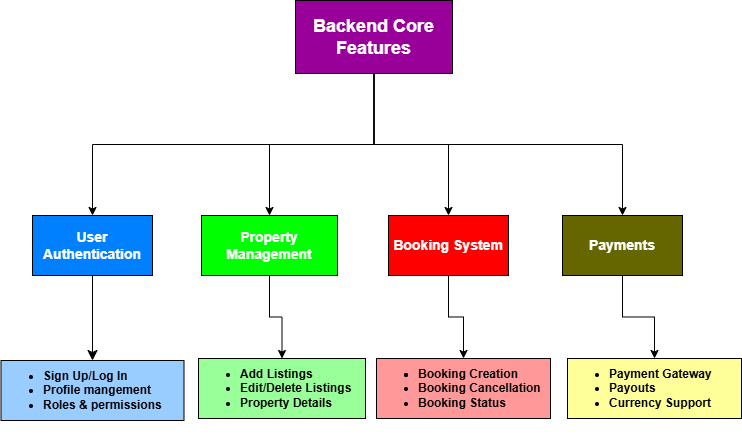
This is features-and-functionalities/Backend Features Architecture.png from jubriltayo/alx-airbnb-project-documentation, a draw.io export, as it was before one commit. Source tidied: cells renumbered, new cells last; positions are measured from the earlier drawing's top-left corner, leaving out a move shared by most shapes.
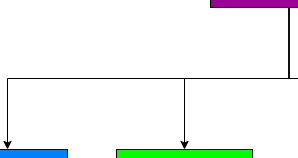
After the change.

Change to the diagram source:
```diff
@@ -2,40 +2,40 @@
   <root>
     <mxCell id="0" />
     <mxCell id="1" parent="0" />
-    <mxCell id="2" style="edgeStyle=orthogonalEdgeStyle;rounded=0;jettySize=auto;html=1;exitX=0.5;exitY=1;exitDx=0;exitDy=0;" parent="1" edge="1" source="6" target="8">
+    <mxCell id="2" style="edgeStyle=orthogonalEdgeStyle;rounded=0;jettySize=auto;html=1;exitX=0.5;exitY=1;exitDx=0;exitDy=0;fillColor=#33FFFF;" parent="1" edge="1" source="6" target="8">
       <mxGeometry relative="1" as="geometry" />
     </mxCell>
-    <mxCell id="3" style="edgeStyle=orthogonalEdgeStyle;rounded=0;jettySize=auto;html=1;exitX=0.5;exitY=1;exitDx=0;exitDy=0;entryX=0.5;entryY=0;entryDx=0;entryDy=0;" parent="1" edge="1" source="6" target="10">
+    <mxCell id="3" style="edgeStyle=orthogonalEdgeStyle;rounded=0;jettySize=auto;html=1;exitX=0.5;exitY=1;exitDx=0;exitDy=0;entryX=0.5;entryY=0;entryDx=0;entryDy=0;fillColor=#33FFFF;" parent="1" edge="1" source="6" target="10">
       <mxGeometry relative="1" as="geometry" />
     </mxCell>
-    <mxCell id="4" style="edgeStyle=orthogonalEdgeStyle;rounded=0;jettySize=auto;html=1;exitX=0.5;exitY=1;exitDx=0;exitDy=0;" parent="1" edge="1" source="6" target="12">
+    <mxCell id="4" style="edgeStyle=orthogonalEdgeStyle;rounded=0;jettySize=auto;html=1;exitX=0.5;exitY=1;exitDx=0;exitDy=0;fillColor=#33FFFF;" parent="1" edge="1" source="6" target="12">
       <mxGeometry relative="1" as="geometry" />
     </mxCell>
-    <mxCell id="5" style="edgeStyle=orthogonalEdgeStyle;rounded=0;jettySize=auto;html=1;exitX=0.5;exitY=1;exitDx=0;exitDy=0;entryX=0.5;entryY=0;entryDx=0;entryDy=0;" parent="1" edge="1" source="6" target="14">
+    <mxCell id="5" style="edgeStyle=orthogonalEdgeStyle;rounded=0;jettySize=auto;html=1;exitX=0.5;exitY=1;exitDx=0;exitDy=0;entryX=0.5;entryY=0;entryDx=0;entryDy=0;fillColor=#33FFFF;" parent="1" edge="1" source="6" target="14">
       <mxGeometry relative="1" as="geometry" />
     </mxCell>
     <mxCell id="6" value="&lt;span&gt;&lt;font style=&quot;font-size: 18px;&quot; color=&quot;#ffffff&quot;&gt;Backend Core Features&lt;/font&gt;&lt;/span&gt;" style="rounded=0;whiteSpace=wrap;html=1;fontStyle=1;fillColor=#990099;" parent="1" vertex="1">
       <mxGeometry x="295" width="157" height="73" as="geometry" />
     </mxCell>
-    <mxCell id="7" style="edgeStyle=none;curved=1;rounded=0;jettySize=auto;html=1;exitX=0.5;exitY=1;exitDx=0;exitDy=0;fontSize=12;startSize=8;endSize=8;" parent="1" edge="1" source="8" target="16">
+    <mxCell id="7" style="edgeStyle=none;curved=1;rounded=0;jettySize=auto;html=1;exitX=0.5;exitY=1;exitDx=0;exitDy=0;fontSize=12;startSize=8;endSize=8;fillColor=#33FFFF;" parent="1" edge="1" source="8" target="16">
       <mxGeometry relative="1" as="geometry" />
     </mxCell>
     <mxCell id="8" value="&lt;b&gt;&lt;font style=&quot;font-size: 14px;&quot; color=&quot;#ffffff&quot;&gt;User Authentication&lt;/font&gt;&lt;/b&gt;" style="rounded=0;whiteSpace=wrap;html=1;fillColor=#007FFF;" parent="1" vertex="1">
       <mxGeometry x="32" y="215" width="120" height="60" as="geometry" />
     </mxCell>
-    <mxCell id="9" style="edgeStyle=orthogonalEdgeStyle;rounded=0;jettySize=auto;html=1;exitX=0.5;exitY=1;exitDx=0;exitDy=0;entryX=0.5;entryY=0;entryDx=0;entryDy=0;" parent="1" edge="1" source="10" target="17">
+    <mxCell id="9" style="edgeStyle=orthogonalEdgeStyle;rounded=0;jettySize=auto;html=1;exitX=0.5;exitY=1;exitDx=0;exitDy=0;entryX=0.5;entryY=0;entryDx=0;entryDy=0;fillColor=#33FFFF;" parent="1" edge="1" source="10" target="17">
       <mxGeometry relative="1" as="geometry" />
     </mxCell>
     <mxCell id="10" value="&lt;font style=&quot;font-size: 14px;&quot; color=&quot;#ffffff&quot;&gt;Property Management&lt;/font&gt;" style="rounded=0;whiteSpace=wrap;html=1;fontStyle=1;fillColor=#00FF00;" parent="1" vertex="1">
       <mxGeometry x="201" y="215" width="136" height="60" as="geometry" />
     </mxCell>
-    <mxCell id="11" style="edgeStyle=orthogonalEdgeStyle;rounded=0;jettySize=auto;html=1;exitX=0.5;exitY=1;exitDx=0;exitDy=0;" parent="1" edge="1" source="12" target="18">
+    <mxCell id="11" style="edgeStyle=orthogonalEdgeStyle;rounded=0;jettySize=auto;html=1;exitX=0.5;exitY=1;exitDx=0;exitDy=0;fillColor=#33FFFF;" parent="1" edge="1" source="12" target="18">
       <mxGeometry relative="1" as="geometry" />
     </mxCell>
     <mxCell id="12" value="&lt;font style=&quot;font-size: 14px;&quot; color=&quot;#ffffff&quot;&gt;Booking System&lt;/font&gt;" style="rounded=0;whiteSpace=wrap;html=1;fontStyle=1;fillColor=#FF0000;" parent="1" vertex="1">
       <mxGeometry x="388" y="215" width="120" height="60" as="geometry" />
     </mxCell>
-    <mxCell id="13" style="edgeStyle=orthogonalEdgeStyle;rounded=0;jettySize=auto;html=1;exitX=0.5;exitY=1;exitDx=0;exitDy=0;entryX=0.5;entryY=0;entryDx=0;entryDy=0;" parent="1" edge="1" source="14" target="19">
+    <mxCell id="13" style="edgeStyle=orthogonalEdgeStyle;rounded=0;jettySize=auto;html=1;exitX=0.5;exitY=1;exitDx=0;exitDy=0;entryX=0.5;entryY=0;entryDx=0;entryDy=0;fillColor=#33FFFF;" parent="1" edge="1" source="14" target="19">
       <mxGeometry relative="1" as="geometry" />
     </mxCell>
     <mxCell id="14" value="&lt;font style=&quot;font-size: 14px;&quot; color=&quot;#ffffff&quot;&gt;Payments&lt;/font&gt;" style="rounded=0;whiteSpace=wrap;html=1;fontStyle=1;fillColor=#666600;" parent="1" vertex="1">
```
